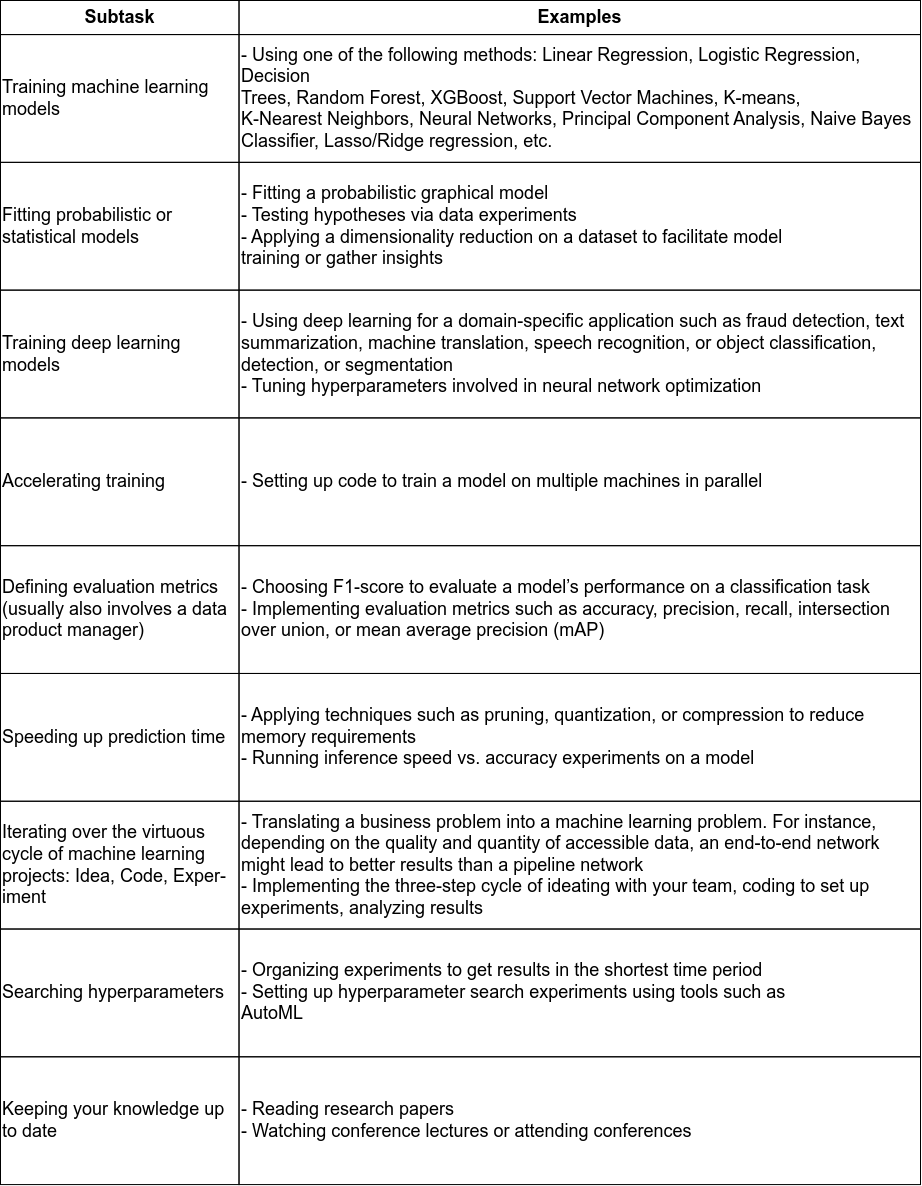
Above: diagrams/tasks_modeling.drawio.png in ryndovaira-org/data_science_lectures (draw.io), before the change. Source tidied: cells renumbered, new cells last; positions are measured from the earlier drawing's top-left corner, leaving out a move shared by most shapes.
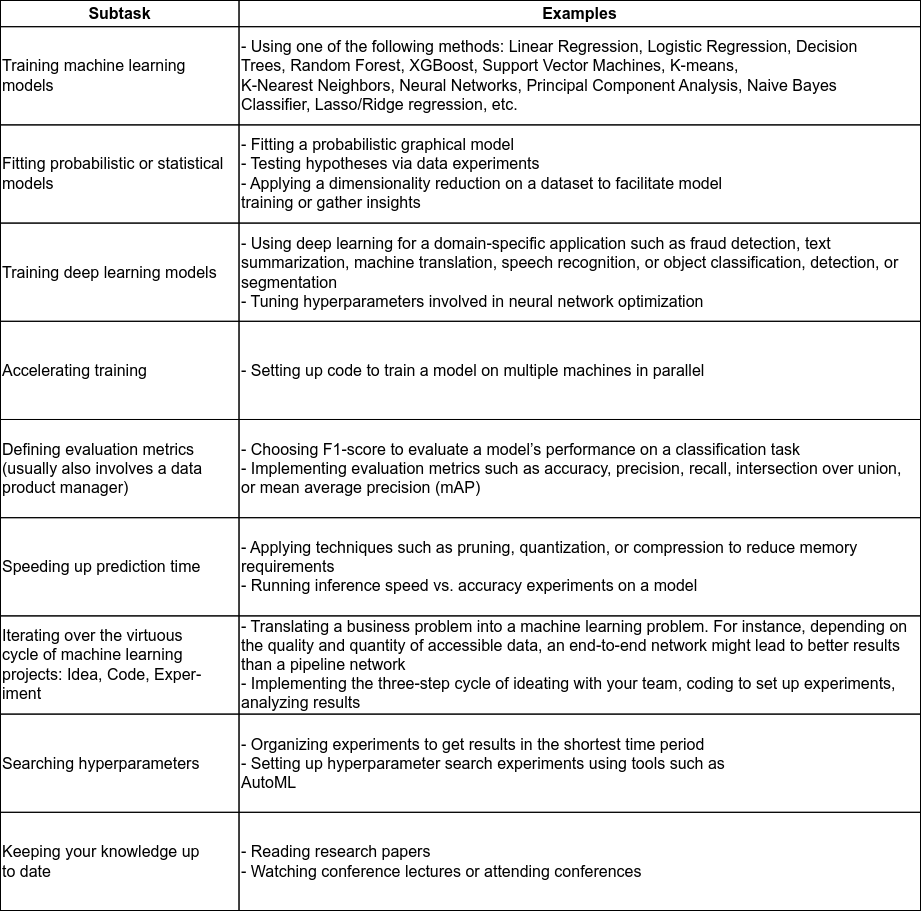
The same diagram one commit later.

The edit, as a diff of the source:
```diff
@@ -2,68 +2,68 @@
   <root>
     <mxCell id="0" />
     <mxCell id="1" parent="0" />
-    <mxCell id="2" style="group;fontSize=18;" parent="1" vertex="1">
-      <mxGeometry width="920" height="1184.1" as="geometry" />
+    <mxCell id="2" style="group;fontSize=16;" parent="1" vertex="1">
+      <mxGeometry width="920" height="910" as="geometry" />
     </mxCell>
-    <mxCell id="3" value="&lt;font style=&quot;font-size: 18px;&quot;&gt;Subtask&lt;/font&gt;" style="rounded=0;whiteSpace=wrap;html=1;fillColor=none;fontSize=18;fontStyle=1;" parent="2" vertex="1">
-      <mxGeometry width="238.5" height="34.1" as="geometry" />
+    <mxCell id="3" value="&lt;font style=&quot;font-size: 16px;&quot;&gt;Subtask&lt;/font&gt;" style="rounded=0;whiteSpace=wrap;html=1;fillColor=none;fontSize=16;fontStyle=1;" parent="2" vertex="1">
+      <mxGeometry width="238.5" height="26.2" as="geometry" />
     </mxCell>
-    <mxCell id="4" value="&lt;font style=&quot;font-size: 18px;&quot;&gt;Examples&lt;/font&gt;" style="rounded=0;whiteSpace=wrap;html=1;fillColor=none;fontSize=18;fontStyle=1;" parent="2" vertex="1">
-      <mxGeometry x="238.5" width="681.5" height="34.1" as="geometry" />
+    <mxCell id="4" value="&lt;font style=&quot;font-size: 16px;&quot;&gt;Examples&lt;/font&gt;" style="rounded=0;whiteSpace=wrap;html=1;fillColor=none;fontSize=16;fontStyle=1;" parent="2" vertex="1">
+      <mxGeometry x="238.5" width="681.5" height="26.2" as="geometry" />
     </mxCell>
-    <mxCell id="5" value="&lt;div style=&quot;font-size: 18px;&quot;&gt;&lt;div style=&quot;font-size: 18px;&quot;&gt;Training machine learning&lt;/div&gt;&lt;div style=&quot;font-size: 18px;&quot;&gt;models&lt;/div&gt;&lt;/div&gt;" style="rounded=0;whiteSpace=wrap;html=1;align=left;fontSize=18;fillColor=none;" parent="2" vertex="1">
-      <mxGeometry y="34.1" width="238.5" height="127.8" as="geometry" />
+    <mxCell id="5" value="&lt;div style=&quot;font-size: 16px;&quot;&gt;&lt;div style=&quot;font-size: 16px;&quot;&gt;Training machine learning&lt;/div&gt;&lt;div style=&quot;font-size: 16px;&quot;&gt;models&lt;/div&gt;&lt;/div&gt;" style="rounded=0;whiteSpace=wrap;html=1;align=left;fontSize=16;fillColor=none;" parent="2" vertex="1">
+      <mxGeometry y="26.2" width="238.5" height="98.2" as="geometry" />
     </mxCell>
-    <mxCell id="6" value="&lt;div style=&quot;font-size: 18px;&quot;&gt;- Using one of the following methods: Linear Regression, Logistic Regression, Decision&lt;/div&gt;&lt;div style=&quot;font-size: 18px;&quot;&gt;Trees, Random Forest, XGBoost, Support Vector Machines, K-means,&amp;nbsp;&lt;/div&gt;&lt;div style=&quot;font-size: 18px;&quot;&gt;K-Nearest&amp;nbsp;&lt;span style=&quot;background-color: initial; font-size: 18px;&quot;&gt;Neighbors, Neural Networks, Principal Component Analysis, Naive Bayes Classifier,&amp;nbsp;&lt;/span&gt;&lt;span style=&quot;background-color: initial; font-size: 18px;&quot;&gt;Lasso/Ridge regression, etc.&lt;/span&gt;&lt;/div&gt;" style="rounded=0;whiteSpace=wrap;html=1;align=left;fontSize=18;fillColor=none;" parent="2" vertex="1">
-      <mxGeometry x="238.5" y="34.1" width="681.5" height="127.8" as="geometry" />
+    <mxCell id="6" value="&lt;div style=&quot;font-size: 16px;&quot;&gt;- Using one of the following methods: Linear Regression, Logistic Regression, Decision&lt;/div&gt;&lt;div style=&quot;font-size: 16px;&quot;&gt;Trees, Random Forest, XGBoost, Support Vector Machines, K-means,&amp;nbsp;&lt;/div&gt;&lt;div style=&quot;font-size: 16px;&quot;&gt;K-Nearest&amp;nbsp;&lt;span style=&quot;background-color: initial; font-size: 16px;&quot;&gt;Neighbors, Neural Networks, Principal Component Analysis, Naive Bayes Classifier,&amp;nbsp;&lt;/span&gt;&lt;span style=&quot;background-color: initial; font-size: 16px;&quot;&gt;Lasso/Ridge regression, etc.&lt;/span&gt;&lt;/div&gt;" style="rounded=0;whiteSpace=wrap;html=1;align=left;fontSize=16;fillColor=none;" parent="2" vertex="1">
+      <mxGeometry x="238.5" y="26.2" width="681.5" height="98.2" as="geometry" />
     </mxCell>
-    <mxCell id="7" value="&lt;div style=&quot;font-size: 18px;&quot;&gt;Fitting probabilistic or statistical models&lt;br style=&quot;font-size: 18px;&quot;&gt;&lt;/div&gt;" style="rounded=0;html=1;fontSize=18;align=left;labelBackgroundColor=none;fillColor=none;whiteSpace=wrap;" parent="2" vertex="1">
-      <mxGeometry y="161.9" width="238.5" height="127.8" as="geometry" />
+    <mxCell id="7" value="&lt;div style=&quot;font-size: 16px;&quot;&gt;Fitting probabilistic or statistical models&lt;br style=&quot;font-size: 16px;&quot;&gt;&lt;/div&gt;" style="rounded=0;html=1;fontSize=16;align=left;labelBackgroundColor=none;fillColor=none;whiteSpace=wrap;" parent="2" vertex="1">
+      <mxGeometry y="124.4" width="238.5" height="98.2" as="geometry" />
     </mxCell>
-    <mxCell id="8" value="&lt;div style=&quot;font-size: 18px;&quot;&gt;- Fitting a probabilistic graphical model&lt;/div&gt;&lt;div style=&quot;font-size: 18px;&quot;&gt;- Testing hypotheses via data experiments&lt;/div&gt;&lt;div style=&quot;font-size: 18px;&quot;&gt;- Applying a dimensionality reduction on a dataset to facilitate model&lt;/div&gt;&lt;div style=&quot;font-size: 18px;&quot;&gt;training or gather insights&lt;/div&gt;" style="rounded=0;html=1;fontSize=18;align=left;labelBackgroundColor=none;fillColor=none;whiteSpace=wrap;" parent="2" vertex="1">
-      <mxGeometry x="238.5" y="161.9" width="681.5" height="127.8" as="geometry" />
+    <mxCell id="8" value="&lt;div style=&quot;font-size: 16px;&quot;&gt;- Fitting a probabilistic graphical model&lt;/div&gt;&lt;div style=&quot;font-size: 16px;&quot;&gt;- Testing hypotheses via data experiments&lt;/div&gt;&lt;div style=&quot;font-size: 16px;&quot;&gt;- Applying a dimensionality reduction on a dataset to facilitate model&lt;/div&gt;&lt;div style=&quot;font-size: 16px;&quot;&gt;training or gather insights&lt;/div&gt;" style="rounded=0;html=1;fontSize=16;align=left;labelBackgroundColor=none;fillColor=none;whiteSpace=wrap;" parent="2" vertex="1">
+      <mxGeometry x="238.5" y="124.4" width="681.5" height="98.2" as="geometry" />
     </mxCell>
-    <mxCell id="9" value="Training deep learning models" style="rounded=0;html=1;fontSize=18;align=left;labelBackgroundColor=none;fillColor=none;whiteSpace=wrap;" parent="2" vertex="1">
-      <mxGeometry y="289.6" width="238.5" height="127.8" as="geometry" />
+    <mxCell id="9" value="Training deep learning models" style="rounded=0;html=1;fontSize=16;align=left;labelBackgroundColor=none;fillColor=none;whiteSpace=wrap;" parent="2" vertex="1">
+      <mxGeometry y="222.6" width="238.5" height="98.2" as="geometry" />
     </mxCell>
-    <mxCell id="10" value="&lt;div style=&quot;font-size: 18px;&quot;&gt;- Using deep learning for a domain-specific application such as fraud detection, text&lt;/div&gt;&lt;div style=&quot;font-size: 18px;&quot;&gt;summarization, machine translation, speech recognition, or object&amp;nbsp;&lt;span style=&quot;background-color: initial; font-size: 18px;&quot;&gt;classification, detection, or segmentation&lt;/span&gt;&lt;/div&gt;&lt;div style=&quot;font-size: 18px;&quot;&gt;- Tuning hyperparameters involved in neural network optimization&lt;/div&gt;" style="rounded=0;html=1;fontSize=18;align=left;labelBackgroundColor=none;fillColor=none;whiteSpace=wrap;" parent="2" vertex="1">
-      <mxGeometry x="238.5" y="289.6" width="681.5" height="127.8" as="geometry" />
+    <mxCell id="10" value="&lt;div style=&quot;font-size: 16px;&quot;&gt;- Using deep learning for a domain-specific application such as fraud detection, text&lt;/div&gt;&lt;div style=&quot;font-size: 16px;&quot;&gt;summarization, machine translation, speech recognition, or object&amp;nbsp;&lt;span style=&quot;background-color: initial; font-size: 16px;&quot;&gt;classification, detection, or segmentation&lt;/span&gt;&lt;/div&gt;&lt;div style=&quot;font-size: 16px;&quot;&gt;- Tuning hyperparameters involved in neural network optimization&lt;/div&gt;" style="rounded=0;html=1;fontSize=16;align=left;labelBackgroundColor=none;fillColor=none;whiteSpace=wrap;" parent="2" vertex="1">
+      <mxGeometry x="238.5" y="222.6" width="681.5" height="98.2" as="geometry" />
     </mxCell>
-    <mxCell id="11" value="Accelerating training" style="rounded=0;html=1;fontSize=18;align=left;labelBackgroundColor=none;fillColor=none;whiteSpace=wrap;" parent="2" vertex="1">
-      <mxGeometry y="417.4" width="238.5" height="127.8" as="geometry" />
+    <mxCell id="11" value="Accelerating training" style="rounded=0;html=1;fontSize=16;align=left;labelBackgroundColor=none;fillColor=none;whiteSpace=wrap;" parent="2" vertex="1">
+      <mxGeometry y="320.8" width="238.5" height="98.2" as="geometry" />
     </mxCell>
-    <mxCell id="12" value="- Setting up code to train a model on multiple machines in parallel" style="rounded=0;html=1;fontSize=18;align=left;labelBackgroundColor=none;fillColor=none;whiteSpace=wrap;" parent="2" vertex="1">
-      <mxGeometry x="238.5" y="417.4" width="681.5" height="127.8" as="geometry" />
+    <mxCell id="12" value="- Setting up code to train a model on multiple machines in parallel" style="rounded=0;html=1;fontSize=16;align=left;labelBackgroundColor=none;fillColor=none;whiteSpace=wrap;" parent="2" vertex="1">
+      <mxGeometry x="238.5" y="320.8" width="681.5" height="98.2" as="geometry" />
     </mxCell>
-    <mxCell id="13" value="&lt;div style=&quot;font-size: 18px;&quot;&gt;Defining evaluation metrics&lt;/div&gt;&lt;div style=&quot;font-size: 18px;&quot;&gt;(usually also involves a data&lt;/div&gt;&lt;div style=&quot;font-size: 18px;&quot;&gt;product manager)&lt;/div&gt;" style="rounded=0;html=1;fontSize=18;align=left;labelBackgroundColor=none;fillColor=none;whiteSpace=wrap;" parent="2" vertex="1">
-      <mxGeometry y="545.2" width="238.5" height="127.8" as="geometry" />
+    <mxCell id="13" value="&lt;div style=&quot;font-size: 16px;&quot;&gt;Defining evaluation metrics&lt;/div&gt;&lt;div style=&quot;font-size: 16px;&quot;&gt;(usually also involves a data&lt;/div&gt;&lt;div style=&quot;font-size: 16px;&quot;&gt;product manager)&lt;/div&gt;" style="rounded=0;html=1;fontSize=16;align=left;labelBackgroundColor=none;fillColor=none;whiteSpace=wrap;" parent="2" vertex="1">
+      <mxGeometry y="419" width="238.5" height="98.2" as="geometry" />
     </mxCell>
-    <mxCell id="14" value="&lt;div style=&quot;font-size: 18px;&quot;&gt;- Choosing F1-score to evaluate a model’s performance on a classification task&lt;/div&gt;&lt;div style=&quot;font-size: 18px;&quot;&gt;- Implementing evaluation metrics such as accuracy, precision, recall,&amp;nbsp;&lt;span style=&quot;background-color: initial; font-size: 18px;&quot;&gt;intersection over union, or mean average precision (mAP)&lt;/span&gt;&lt;/div&gt;" style="rounded=0;html=1;fontSize=18;align=left;labelBackgroundColor=none;fillColor=none;whiteSpace=wrap;" parent="2" vertex="1">
-      <mxGeometry x="238.5" y="545.2" width="681.5" height="127.8" as="geometry" />
+    <mxCell id="14" value="&lt;div style=&quot;font-size: 16px;&quot;&gt;- Choosing F1-score to evaluate a model’s performance on a classification task&lt;/div&gt;&lt;div style=&quot;font-size: 16px;&quot;&gt;- Implementing evaluation metrics such as accuracy, precision, recall,&amp;nbsp;&lt;span style=&quot;background-color: initial; font-size: 16px;&quot;&gt;intersection over union, or mean average precision (mAP)&lt;/span&gt;&lt;/div&gt;" style="rounded=0;html=1;fontSize=16;align=left;labelBackgroundColor=none;fillColor=none;whiteSpace=wrap;" parent="2" vertex="1">
+      <mxGeometry x="238.5" y="419" width="681.5" height="98.2" as="geometry" />
     </mxCell>
-    <mxCell id="15" value="Speeding up prediction time" style="rounded=0;html=1;fontSize=18;align=left;labelBackgroundColor=none;fillColor=none;whiteSpace=wrap;" parent="2" vertex="1">
-      <mxGeometry y="673" width="238.5" height="127.8" as="geometry" />
+    <mxCell id="15" value="Speeding up prediction time" style="rounded=0;html=1;fontSize=16;align=left;labelBackgroundColor=none;fillColor=none;whiteSpace=wrap;" parent="2" vertex="1">
+      <mxGeometry y="517.2" width="238.5" height="98.2" as="geometry" />
     </mxCell>
-    <mxCell id="16" value="&lt;div style=&quot;font-size: 18px;&quot;&gt;- Applying techniques such as pruning, quantization, or compression to&amp;nbsp;&lt;span style=&quot;background-color: initial; font-size: 18px;&quot;&gt;reduce memory requirements&lt;/span&gt;&lt;/div&gt;&lt;div style=&quot;font-size: 18px;&quot;&gt;- Running inference speed vs. accuracy experiments on a model&lt;/div&gt;" style="rounded=0;html=1;fontSize=18;align=left;labelBackgroundColor=none;fillColor=none;whiteSpace=wrap;" parent="2" vertex="1">
-      <mxGeometry x="238.5" y="673" width="681.5" height="127.8" as="geometry" />
+    <mxCell id="16" value="&lt;div style=&quot;font-size: 16px;&quot;&gt;- Applying techniques such as pruning, quantization, or compression to&amp;nbsp;&lt;span style=&quot;background-color: initial; font-size: 16px;&quot;&gt;reduce memory requirements&lt;/span&gt;&lt;/div&gt;&lt;div style=&quot;font-size: 16px;&quot;&gt;- Running inference speed vs. accuracy experiments on a model&lt;/div&gt;" style="rounded=0;html=1;fontSize=16;align=left;labelBackgroundColor=none;fillColor=none;whiteSpace=wrap;" parent="2" vertex="1">
+      <mxGeometry x="238.5" y="517.2" width="681.5" height="98.2" as="geometry" />
     </mxCell>
-    <mxCell id="17" value="&lt;div style=&quot;font-size: 18px;&quot;&gt;Iterating over the virtuous&lt;/div&gt;&lt;div style=&quot;font-size: 18px;&quot;&gt;cycle of machine learning&lt;/div&gt;&lt;div style=&quot;font-size: 18px;&quot;&gt;projects: Idea, Code, Exper-&lt;/div&gt;&lt;div style=&quot;font-size: 18px;&quot;&gt;iment&lt;/div&gt;" style="rounded=0;html=1;fontSize=18;align=left;labelBackgroundColor=none;fillColor=none;whiteSpace=wrap;" parent="2" vertex="1">
-      <mxGeometry y="800.7" width="238.5" height="127.8" as="geometry" />
+    <mxCell id="17" value="&lt;div style=&quot;font-size: 16px;&quot;&gt;Iterating over the virtuous&lt;/div&gt;&lt;div style=&quot;font-size: 16px;&quot;&gt;cycle of machine learning&lt;/div&gt;&lt;div style=&quot;font-size: 16px;&quot;&gt;projects: Idea, Code, Exper-&lt;/div&gt;&lt;div style=&quot;font-size: 16px;&quot;&gt;iment&lt;/div&gt;" style="rounded=0;html=1;fontSize=16;align=left;labelBackgroundColor=none;fillColor=none;whiteSpace=wrap;" parent="2" vertex="1">
+      <mxGeometry y="615.4" width="238.5" height="98.2" as="geometry" />
     </mxCell>
-    <mxCell id="18" value="&lt;div style=&quot;font-size: 18px;&quot;&gt;- Translating a business problem into a machine learning problem. For&amp;nbsp;&lt;span style=&quot;background-color: initial; font-size: 18px;&quot;&gt;instance, depending on the quality and quantity of accessible data, an&amp;nbsp;&lt;/span&gt;&lt;span style=&quot;background-color: initial; font-size: 18px;&quot;&gt;end-to-end network might lead to better results than a pipeline network&amp;nbsp;&lt;/span&gt;&lt;/div&gt;&lt;div style=&quot;font-size: 18px;&quot;&gt;&lt;span style=&quot;background-color: initial; font-size: 18px;&quot;&gt;- Implementing the three-step cycle of ideating with your team, coding&amp;nbsp;&lt;/span&gt;&lt;span style=&quot;background-color: initial; font-size: 18px;&quot;&gt;to set up experiments, analyzing results&lt;/span&gt;&lt;/div&gt;" style="rounded=0;html=1;fontSize=18;align=left;labelBackgroundColor=none;fillColor=none;whiteSpace=wrap;" parent="2" vertex="1">
-      <mxGeometry x="238.5" y="800.7" width="681.5" height="127.8" as="geometry" />
+    <mxCell id="18" value="&lt;div style=&quot;font-size: 16px;&quot;&gt;- Translating a business problem into a machine learning problem. For&amp;nbsp;&lt;span style=&quot;background-color: initial; font-size: 16px;&quot;&gt;instance, depending on the quality and quantity of accessible data, an&amp;nbsp;&lt;/span&gt;&lt;span style=&quot;background-color: initial; font-size: 16px;&quot;&gt;end-to-end network might lead to better results than a pipeline network&amp;nbsp;&lt;/span&gt;&lt;/div&gt;&lt;div style=&quot;font-size: 16px;&quot;&gt;&lt;span style=&quot;background-color: initial; font-size: 16px;&quot;&gt;- Implementing the three-step cycle of ideating with your team, coding&amp;nbsp;&lt;/span&gt;&lt;span style=&quot;background-color: initial; font-size: 16px;&quot;&gt;to set up experiments, analyzing results&lt;/span&gt;&lt;/div&gt;" style="rounded=0;html=1;fontSize=16;align=left;labelBackgroundColor=none;fillColor=none;whiteSpace=wrap;" parent="2" vertex="1">
+      <mxGeometry x="238.5" y="615.4" width="681.5" height="98.2" as="geometry" />
     </mxCell>
-    <mxCell id="19" value="Searching hyperparameters" style="rounded=0;html=1;fontSize=18;align=left;labelBackgroundColor=none;fillColor=none;whiteSpace=wrap;" parent="2" vertex="1">
-      <mxGeometry y="928.5" width="238.5" height="127.8" as="geometry" />
+    <mxCell id="19" value="Searching hyperparameters" style="rounded=0;html=1;fontSize=16;align=left;labelBackgroundColor=none;fillColor=none;whiteSpace=wrap;" parent="2" vertex="1">
+      <mxGeometry y="713.6" width="238.5" height="98.2" as="geometry" />
     </mxCell>
-    <mxCell id="20" value="- Organizing experiments to get results in the shortest time period&lt;br style=&quot;font-size: 18px;&quot;&gt;&lt;div style=&quot;font-size: 18px;&quot;&gt;- Setting up hyperparameter search experiments using tools such as&lt;/div&gt;&lt;div style=&quot;font-size: 18px;&quot;&gt;AutoML&lt;/div&gt;" style="rounded=0;html=1;fontSize=18;align=left;labelBackgroundColor=none;fillColor=none;whiteSpace=wrap;" parent="2" vertex="1">
-      <mxGeometry x="238.5" y="928.5" width="681.5" height="127.8" as="geometry" />
+    <mxCell id="20" value="- Organizing experiments to get results in the shortest time period&lt;br style=&quot;font-size: 16px;&quot;&gt;&lt;div style=&quot;font-size: 16px;&quot;&gt;- Setting up hyperparameter search experiments using tools such as&lt;/div&gt;&lt;div style=&quot;font-size: 16px;&quot;&gt;AutoML&lt;/div&gt;" style="rounded=0;html=1;fontSize=16;align=left;labelBackgroundColor=none;fillColor=none;whiteSpace=wrap;" parent="2" vertex="1">
+      <mxGeometry x="238.5" y="713.6" width="681.5" height="98.2" as="geometry" />
     </mxCell>
-    <mxCell id="21" value="&lt;div style=&quot;font-size: 18px;&quot;&gt;Keeping your knowledge up&lt;/div&gt;&lt;div style=&quot;font-size: 18px;&quot;&gt;to date&lt;/div&gt;" style="rounded=0;html=1;fontSize=18;align=left;labelBackgroundColor=none;fillColor=none;whiteSpace=wrap;" parent="2" vertex="1">
-      <mxGeometry y="1056.3" width="238.5" height="127.8" as="geometry" />
+    <mxCell id="21" value="&lt;div style=&quot;font-size: 16px;&quot;&gt;Keeping your knowledge up&lt;/div&gt;&lt;div style=&quot;font-size: 16px;&quot;&gt;to date&lt;/div&gt;" style="rounded=0;html=1;fontSize=16;align=left;labelBackgroundColor=none;fillColor=none;whiteSpace=wrap;" parent="2" vertex="1">
+      <mxGeometry y="811.8" width="238.5" height="98.2" as="geometry" />
     </mxCell>
-    <mxCell id="22" value="&lt;div style=&quot;font-size: 18px;&quot;&gt;- Reading research papers&lt;/div&gt;&lt;div style=&quot;font-size: 18px;&quot;&gt;- Watching conference lectures or attending conferences&lt;/div&gt;" style="rounded=0;html=1;fontSize=18;align=left;labelBackgroundColor=none;fillColor=none;whiteSpace=wrap;" parent="2" vertex="1">
-      <mxGeometry x="238.5" y="1056.3" width="681.5" height="127.8" as="geometry" />
+    <mxCell id="22" value="&lt;div style=&quot;font-size: 16px;&quot;&gt;- Reading research papers&lt;/div&gt;&lt;div style=&quot;font-size: 16px;&quot;&gt;- Watching conference lectures or attending conferences&lt;/div&gt;" style="rounded=0;html=1;fontSize=16;align=left;labelBackgroundColor=none;fillColor=none;whiteSpace=wrap;" parent="2" vertex="1">
+      <mxGeometry x="238.5" y="811.8" width="681.5" height="98.2" as="geometry" />
     </mxCell>
   </root>
 </mxGraphModel>
```
